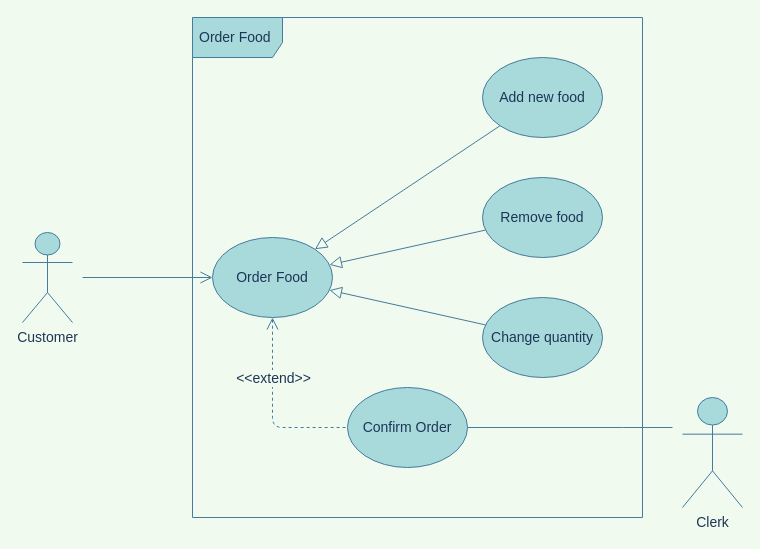
This is requirements/use cases/order.drawio from thanhtoan1742/OWCA_POS, a draw.io file, before an edit. Source tidied: cells renumbered, new cells numbered last; positions are measured from the earlier drawing's top-left corner, leaving out a move shared by most shapes. Both pictures are drawn from the tidied source at 100%, with x=0, y=0 at pixel (22, 17).
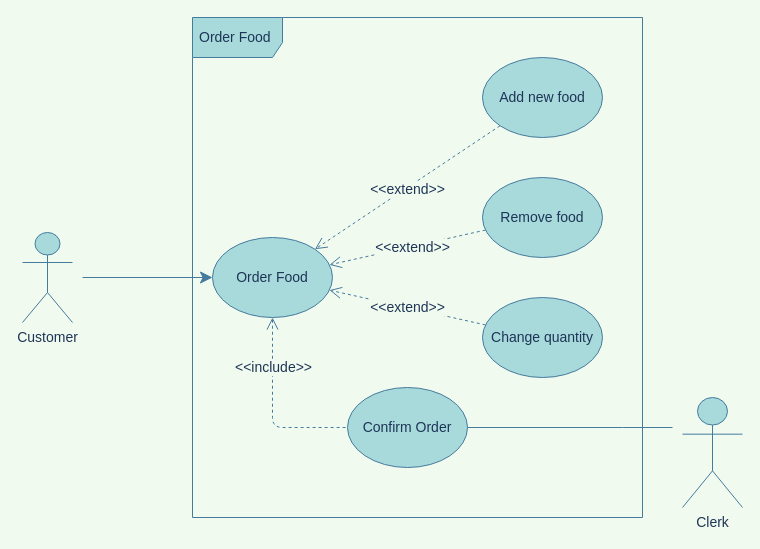
The same page after the edit.

Unchanged cells that the change refers to:
```xml
<mxCell id="3" style="edgeStyle=orthogonalEdgeStyle;curved=0;rounded=1;sketch=0;jettySize=auto;html=1;fontColor=#1D3557;strokeColor=#457B9D;fillColor=#A8DADC;dashed=1;labelBackgroundColor=#F1FAEE;endArrow=none;endFill=0;fontSize=14;endSize=10;startArrow=open;startFill=0;startSize=10;" parent="1" edge="1" source="5" target="16">
  <mxGeometry relative="1" as="geometry">
    <Array as="points">
      <mxPoint x="250" y="410" />
    </Array>
  </mxGeometry>
</mxCell>
<mxCell id="5" value="Order Food" style="ellipse;whiteSpace=wrap;html=1;fillColor=#A8DADC;strokeColor=#457B9D;fontColor=#1D3557;fontSize=14;" parent="1" vertex="1">
  <mxGeometry x="190" y="220" width="120" height="80" as="geometry" />
</mxCell>
<mxCell id="7" value="Add new food" style="ellipse;whiteSpace=wrap;html=1;fillColor=#A8DADC;strokeColor=#457B9D;fontColor=#1D3557;fontSize=14;" parent="1" vertex="1">
  <mxGeometry x="460" y="40" width="120" height="80" as="geometry" />
</mxCell>
<mxCell id="9" value="Change quantity" style="ellipse;whiteSpace=wrap;html=1;fillColor=#A8DADC;strokeColor=#457B9D;fontColor=#1D3557;fontSize=14;" parent="1" vertex="1">
  <mxGeometry x="460" y="280" width="120" height="80" as="geometry" />
</mxCell>
<mxCell id="11" value="Remove food" style="ellipse;whiteSpace=wrap;html=1;fillColor=#A8DADC;strokeColor=#457B9D;fontColor=#1D3557;fontSize=14;" parent="1" vertex="1">
  <mxGeometry x="460" y="160" width="120" height="80" as="geometry" />
</mxCell>
<mxCell id="12" value="Customer" style="shape=umlActor;verticalLabelPosition=bottom;verticalAlign=top;html=1;outlineConnect=0;fillColor=#A8DADC;strokeColor=#457B9D;fontColor=#1D3557;fontSize=14;" parent="1" vertex="1">
  <mxGeometry y="215" width="50" height="90" as="geometry" />
</mxCell>
```

Diff of the diagram source:
```diff
@@
-    <mxCell id="4" value="&amp;lt;&amp;lt;extend&amp;gt;&amp;gt;" style="edgeLabel;html=1;align=center;verticalAlign=middle;fontColor=#1D3557;labelBackgroundColor=#F1FAEE;fontSize=14;" parent="3" vertex="1">
+    <mxCell id="4" value="&amp;lt;&amp;lt;include&amp;gt;&amp;gt;" style="edgeLabel;html=1;align=center;verticalAlign=middle;fontColor=#1D3557;labelBackgroundColor=#F1FAEE;fontSize=14;" parent="3" vertex="1">
       <mxGeometry x="-0.25" y="1" relative="1" as="geometry">
-        <mxPoint x="-1" y="-9" as="offset" />
+        <mxPoint x="-1" y="-20" as="offset" />
       </mxGeometry>
     </mxCell>
@@
-    <mxCell id="6" style="edgeStyle=none;rounded=0;jettySize=auto;html=1;endArrow=block;endFill=0;endSize=10;horizontal=1;strokeColor=#457B9D;fontColor=#1D3557;labelBackgroundColor=#F1FAEE;fontSize=14;" parent="1" edge="1" source="7" target="5">
+    <mxCell id="6" value="&amp;lt;&amp;lt;extend&amp;gt;&amp;gt;" style="edgeStyle=none;rounded=0;jettySize=auto;html=1;endArrow=open;endFill=0;endSize=10;horizontal=1;strokeColor=#457B9D;fontColor=#1D3557;labelBackgroundColor=#F1FAEE;fontSize=14;dashed=1;" parent="1" edge="1" source="7" target="5">
       <mxGeometry x="0.01" y="2" relative="1" as="geometry" />
     </mxCell>
@@
-    <mxCell id="8" style="rounded=0;jettySize=auto;html=1;endArrow=block;endFill=0;endSize=10;strokeColor=#457B9D;fontColor=#1D3557;labelBackgroundColor=#F1FAEE;fontSize=14;" parent="1" edge="1" source="9" target="5">
+    <mxCell id="8" value="&amp;lt;&amp;lt;extend&amp;gt;&amp;gt;" style="rounded=0;jettySize=auto;html=1;endArrow=open;endFill=0;endSize=10;strokeColor=#457B9D;fontColor=#1D3557;labelBackgroundColor=#F1FAEE;fontSize=14;dashed=1;" parent="1" edge="1" source="9" target="5">
       <mxGeometry relative="1" as="geometry" />
     </mxCell>
@@
-    <mxCell id="10" style="edgeStyle=none;rounded=0;jettySize=auto;html=1;endArrow=block;endFill=0;endSize=10;strokeColor=#457B9D;fontColor=#1D3557;labelBackgroundColor=#F1FAEE;fontSize=14;" parent="1" edge="1" source="11" target="5">
+    <mxCell id="10" value="&amp;lt;&amp;lt;extend&amp;gt;&amp;gt;" style="edgeStyle=none;rounded=0;jettySize=auto;html=1;endArrow=open;endFill=0;endSize=10;strokeColor=#457B9D;fontColor=#1D3557;labelBackgroundColor=#F1FAEE;fontSize=14;dashed=1;" parent="1" edge="1" source="11" target="5">
       <mxGeometry x="-0.06" y="1" relative="1" as="geometry" />
     </mxCell>
@@
-    <mxCell id="13" style="endArrow=open;html=1;endSize=10;strokeColor=#457B9D;fontColor=#1D3557;labelBackgroundColor=#F1FAEE;endFill=0;fontSize=14;startSize=10;targetPerimeterSpacing=0;sourcePerimeterSpacing=10;" parent="1" edge="1" source="12" target="5">
+    <mxCell id="13" style="endArrow=classic;html=1;endSize=10;strokeColor=#457B9D;fontColor=#1D3557;labelBackgroundColor=#F1FAEE;endFill=1;fontSize=14;startSize=10;targetPerimeterSpacing=0;sourcePerimeterSpacing=10;" parent="1" edge="1" source="12" target="5">
       <mxGeometry relative="1" as="geometry" />
     </mxCell>
```
